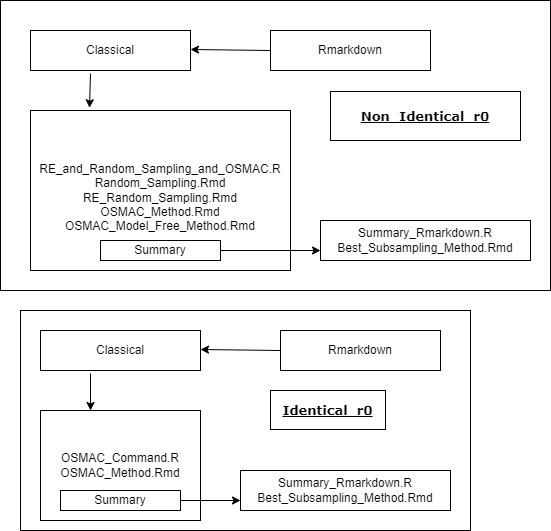
Before: Images/Rmarkdown.png, a diagram exported from draw.io (Amalan-ConStat/RS_OS_MROS_LR_RWS_SkinData). Source tidied: cells renumbered, new cells last; positions are measured from the earlier drawing's top-left corner, leaving out a move shared by most shapes. Its diagram source:
```xml
<mxGraphModel>
  <root>
    <mxCell id="0" />
    <mxCell id="1" parent="0" />
    <mxCell id="2" style="rounded=0;whiteSpace=wrap;html=1;fontFamily=Verdana;fontSize=13;fontColor=#000000;" parent="1" vertex="1">
      <mxGeometry x="20" y="310" width="450" height="220" as="geometry" />
    </mxCell>
    <mxCell id="3" style="rounded=0;whiteSpace=wrap;html=1;fontFamily=Verdana;fontSize=13;fontColor=#000000;" parent="1" vertex="1">
      <mxGeometry width="550" height="290" as="geometry" />
    </mxCell>
    <mxCell id="4" value="Rmarkdown" style="rounded=0;whiteSpace=wrap;html=1;" parent="1" vertex="1">
      <mxGeometry x="270" y="30" width="160" height="40" as="geometry" />
    </mxCell>
    <mxCell id="5" value="Classical" style="rounded=0;whiteSpace=wrap;html=1;" parent="1" vertex="1">
      <mxGeometry x="30" y="30" width="160" height="40" as="geometry" />
    </mxCell>
    <mxCell id="6" style="endArrow=classic;html=1;exitX=0;exitY=0.5;exitDx=0;exitDy=0;" parent="1" edge="1" source="4">
      <mxGeometry relative="1" as="geometry">
        <mxPoint x="190" y="49" as="targetPoint" />
      </mxGeometry>
    </mxCell>
    <mxCell id="7" value="&lt;br&gt;RE_and_Random_Sampling_and_OSMAC.R&lt;br&gt;Random_Sampling.Rmd&lt;br&gt;RE_Random_Sampling.Rmd&lt;br&gt;OSMAC_Method.Rmd&lt;br&gt;OSMAC_Model_Free_Method.Rmd" style="rounded=0;whiteSpace=wrap;html=1;" parent="1" vertex="1">
      <mxGeometry x="30" y="110" width="260" height="160" as="geometry" />
    </mxCell>
    <mxCell id="8" style="endArrow=classic;html=1;entryX=0.227;entryY=-0.017;entryDx=0;entryDy=0;entryPerimeter=0;" parent="1" edge="1" target="7">
      <mxGeometry relative="1" as="geometry">
        <mxPoint x="90" y="73" as="sourcePoint" />
      </mxGeometry>
    </mxCell>
    <mxCell id="9" value="Summary" style="rounded=0;whiteSpace=wrap;html=1;" parent="1" vertex="1">
      <mxGeometry x="100" y="240" width="120" height="20" as="geometry" />
    </mxCell>
    <mxCell id="10" value="Summary_Rmarkdown.R&lt;br&gt;Best_Subsampling_Method.Rmd" style="rounded=0;whiteSpace=wrap;html=1;" parent="1" vertex="1">
      <mxGeometry x="320" y="220" width="210" height="40" as="geometry" />
    </mxCell>
    <mxCell id="11" style="endArrow=classic;html=1;entryX=0;entryY=0.75;entryDx=0;entryDy=0;exitX=1;exitY=0.5;exitDx=0;exitDy=0;" parent="1" edge="1" source="9" target="10">
      <mxGeometry relative="1" as="geometry" />
    </mxCell>
    <mxCell id="12" value="&lt;b&gt;&lt;u&gt;Non_Identical_r0&lt;/u&gt;&lt;/b&gt;" style="rounded=0;whiteSpace=wrap;html=1;fontFamily=Verdana;fontSize=13;fontColor=#000000;" parent="1" vertex="1">
      <mxGeometry x="330" y="91" width="190" height="49" as="geometry" />
    </mxCell>
    <mxCell id="13" value="Rmarkdown" style="rounded=0;whiteSpace=wrap;html=1;" parent="1" vertex="1">
      <mxGeometry x="280" y="330" width="160" height="40" as="geometry" />
    </mxCell>
    <mxCell id="14" value="Classical" style="rounded=0;whiteSpace=wrap;html=1;" parent="1" vertex="1">
      <mxGeometry x="40" y="330" width="160" height="40" as="geometry" />
    </mxCell>
    <mxCell id="15" style="endArrow=classic;html=1;exitX=0;exitY=0.5;exitDx=0;exitDy=0;" parent="1" edge="1" source="13">
      <mxGeometry relative="1" as="geometry">
        <mxPoint x="200" y="349" as="targetPoint" />
      </mxGeometry>
    </mxCell>
    <mxCell id="16" value="OSMAC_Command.R&lt;br&gt;OSMAC_Method.Rmd" style="rounded=0;whiteSpace=wrap;html=1;" parent="1" vertex="1">
      <mxGeometry x="40" y="410" width="160" height="110" as="geometry" />
    </mxCell>
    <mxCell id="17" style="endArrow=classic;html=1;" parent="1" edge="1">
      <mxGeometry relative="1" as="geometry">
        <mxPoint x="90" y="373" as="sourcePoint" />
        <mxPoint x="90" y="410" as="targetPoint" />
      </mxGeometry>
    </mxCell>
    <mxCell id="18" value="Summary" style="rounded=0;whiteSpace=wrap;html=1;" parent="1" vertex="1">
      <mxGeometry x="60" y="490" width="120" height="20" as="geometry" />
    </mxCell>
    <mxCell id="19" value="Summary_Rmarkdown.R&lt;br&gt;Best_Subsampling_Method.Rmd" style="rounded=0;whiteSpace=wrap;html=1;" parent="1" vertex="1">
      <mxGeometry x="240" y="470" width="210" height="40" as="geometry" />
    </mxCell>
    <mxCell id="20" style="endArrow=classic;html=1;exitX=1;exitY=0.5;exitDx=0;exitDy=0;entryX=0;entryY=0.75;entryDx=0;entryDy=0;" parent="1" edge="1" source="18" target="19">
      <mxGeometry relative="1" as="geometry" />
    </mxCell>
    <mxCell id="21" value="&lt;b&gt;&lt;u&gt;Identical_r0&lt;/u&gt;&lt;/b&gt;" style="rounded=0;whiteSpace=wrap;html=1;fontFamily=Verdana;fontSize=13;fontColor=#000000;" parent="1" vertex="1">
      <mxGeometry x="270" y="390" width="115" height="39" as="geometry" />
    </mxCell>
  </root>
</mxGraphModel>
```
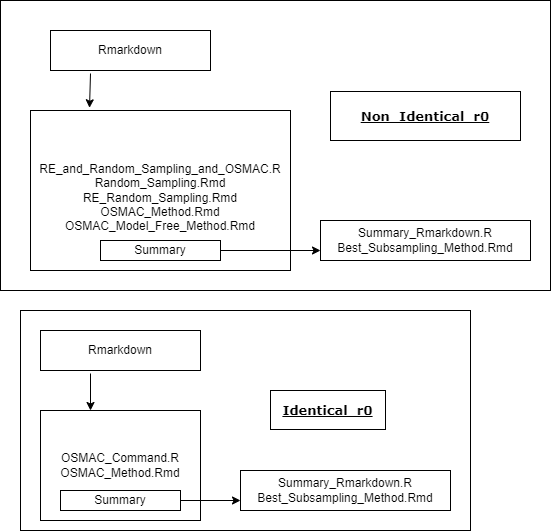
The same diagram one commit later.

Change to the diagram source:
```diff
@@ -9,16 +9,8 @@
       <mxGeometry width="550" height="290" as="geometry" />
     </mxCell>
     <mxCell id="4" value="Rmarkdown" style="rounded=0;whiteSpace=wrap;html=1;" parent="1" vertex="1">
-      <mxGeometry x="270" y="30" width="160" height="40" as="geometry" />
+      <mxGeometry x="50" y="30" width="160" height="40" as="geometry" />
     </mxCell>
-    <mxCell id="5" value="Classical" style="rounded=0;whiteSpace=wrap;html=1;" parent="1" vertex="1">
-      <mxGeometry x="30" y="30" width="160" height="40" as="geometry" />
-    </mxCell>
-    <mxCell id="6" style="endArrow=classic;html=1;exitX=0;exitY=0.5;exitDx=0;exitDy=0;" parent="1" edge="1" source="4">
-      <mxGeometry relative="1" as="geometry">
-        <mxPoint x="190" y="49" as="targetPoint" />
-      </mxGeometry>
-    </mxCell>
     <mxCell id="7" value="&lt;br&gt;RE_and_Random_Sampling_and_OSMAC.R&lt;br&gt;Random_Sampling.Rmd&lt;br&gt;RE_Random_Sampling.Rmd&lt;br&gt;OSMAC_Method.Rmd&lt;br&gt;OSMAC_Model_Free_Method.Rmd" style="rounded=0;whiteSpace=wrap;html=1;" parent="1" vertex="1">
       <mxGeometry x="30" y="110" width="260" height="160" as="geometry" />
     </mxCell>
@@ -40,16 +32,8 @@
       <mxGeometry x="330" y="91" width="190" height="49" as="geometry" />
     </mxCell>
     <mxCell id="13" value="Rmarkdown" style="rounded=0;whiteSpace=wrap;html=1;" parent="1" vertex="1">
-      <mxGeometry x="280" y="330" width="160" height="40" as="geometry" />
+      <mxGeometry x="40" y="330" width="160" height="40" as="geometry" />
     </mxCell>
-    <mxCell id="14" value="Classical" style="rounded=0;whiteSpace=wrap;html=1;" parent="1" vertex="1">
-      <mxGeometry x="40" y="330" width="160" height="40" as="geometry" />
-    </mxCell>
-    <mxCell id="15" style="endArrow=classic;html=1;exitX=0;exitY=0.5;exitDx=0;exitDy=0;" parent="1" edge="1" source="13">
-      <mxGeometry relative="1" as="geometry">
-        <mxPoint x="200" y="349" as="targetPoint" />
-      </mxGeometry>
-    </mxCell>
     <mxCell id="16" value="OSMAC_Command.R&lt;br&gt;OSMAC_Method.Rmd" style="rounded=0;whiteSpace=wrap;html=1;" parent="1" vertex="1">
       <mxGeometry x="40" y="410" width="160" height="110" as="geometry" />
     </mxCell>
```
